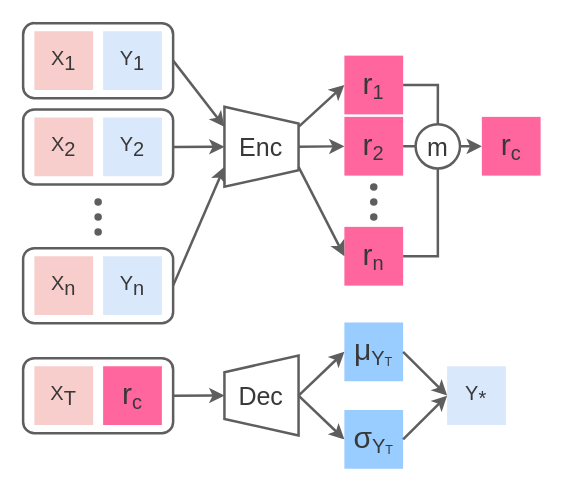
Above: page "__CNPs" (3 of 9) of neural_process/nps.drawio in toonnyy8/PPT (draw.io), before the change. Source tidied: cells renumbered, new cells numbered last; positions are measured from the earlier drawing's top-left corner, leaving out a move shared by most shapes. Both pictures are drawn from the tidied source at 125%, with x=0, y=0 at pixel (22, 22).
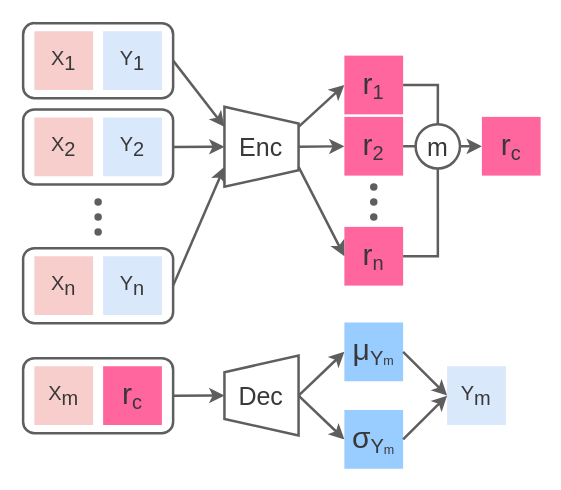
After the change.

Unchanged cells that the change refers to:
```xml
<mxCell id="2" style="group;" parent="1" vertex="1">
  <mxGeometry width="414" height="356.5" as="geometry" />
</mxCell>
<mxCell id="27" style="group;" parent="2" vertex="1">
  <mxGeometry x="257" y="239.5" width="47" height="117" as="geometry" />
</mxCell>
<mxCell id="40" style="group;fillColor=none;" parent="2" vertex="1">
  <mxGeometry x="9" y="274.5" width="102" height="47" as="geometry" />
</mxCell>
```

Diff of the diagram source:
```diff
@@
-    <mxCell id="28" value="&lt;span style=&quot;font-family: sans-serif;&quot;&gt;&lt;font style=&quot;font-size: 24px&quot;&gt;μ&lt;/font&gt;&lt;/span&gt;&lt;sub style=&quot;font-size: 16px&quot;&gt;Y&lt;/sub&gt;&lt;sub&gt;&lt;font style=&quot;font-size: 10px&quot;&gt;T&lt;/font&gt;&lt;/sub&gt;" style="whiteSpace=wrap;html=1;strokeColor=none;strokeWidth=2;fillColor=#99CCFF;fontSize=16;fontColor=#383838;" parent="27" vertex="1">
+    <mxCell id="28" value="&lt;span style=&quot;font-family: sans-serif&quot;&gt;&lt;font style=&quot;font-size: 24px&quot;&gt;μ&lt;/font&gt;&lt;/span&gt;&lt;sub style=&quot;font-size: 16px&quot;&gt;Y&lt;/sub&gt;&lt;sub style=&quot;font-size: 10px&quot;&gt;m&lt;/sub&gt;" style="whiteSpace=wrap;html=1;strokeColor=none;strokeWidth=2;fillColor=#99CCFF;fontSize=16;fontColor=#383838;" parent="27" vertex="1">
       <mxGeometry width="47" height="47" as="geometry" />
     </mxCell>
-    <mxCell id="29" value="&lt;span style=&quot;font-family: &amp;quot;arial&amp;quot; , sans-serif ; text-align: left&quot;&gt;&lt;font style=&quot;font-size: 24px&quot;&gt;σ&lt;/font&gt;&lt;/span&gt;&lt;sub style=&quot;font-size: 16px&quot;&gt;Y&lt;/sub&gt;&lt;sub&gt;&lt;font style=&quot;font-size: 10px&quot;&gt;T&lt;/font&gt;&lt;/sub&gt;" style="whiteSpace=wrap;html=1;strokeColor=none;strokeWidth=2;fillColor=#99CCFF;fontSize=16;fontColor=#383838;" parent="27" vertex="1">
+    <mxCell id="29" value="&lt;span style=&quot;font-family: &amp;#34;arial&amp;#34; , sans-serif ; text-align: left&quot;&gt;&lt;font style=&quot;font-size: 24px&quot;&gt;σ&lt;/font&gt;&lt;/span&gt;&lt;sub style=&quot;font-size: 16px&quot;&gt;Y&lt;/sub&gt;&lt;sub&gt;&lt;font style=&quot;font-size: 10px&quot;&gt;m&lt;/font&gt;&lt;/sub&gt;" style="whiteSpace=wrap;html=1;strokeColor=none;strokeWidth=2;fillColor=#99CCFF;fontSize=16;fontColor=#383838;" parent="27" vertex="1">
       <mxGeometry y="70" width="47" height="47" as="geometry" />
     </mxCell>
@@
-    <mxCell id="32" value="Y&lt;sub style=&quot;font-size: 16px&quot;&gt;*&lt;/sub&gt;" style="whiteSpace=wrap;html=1;strokeColor=none;strokeWidth=2;fillColor=#dae8fc;fontSize=16;fontColor=#383838;" parent="2" vertex="1">
+    <mxCell id="32" value="Y&lt;sub style=&quot;font-size: 16px&quot;&gt;m&lt;/sub&gt;" style="whiteSpace=wrap;html=1;strokeColor=none;strokeWidth=2;fillColor=#dae8fc;fontSize=16;fontColor=#383838;" parent="2" vertex="1">
       <mxGeometry x="339.2" y="274.5" width="47" height="47" as="geometry" />
     </mxCell>
@@
-    <mxCell id="41" value="X&lt;sub style=&quot;font-size: 16px&quot;&gt;T&lt;/sub&gt;" style="whiteSpace=wrap;html=1;strokeColor=none;strokeWidth=2;fillColor=#f8cecc;fontSize=16;fontColor=#383838;" parent="40" vertex="1">
+    <mxCell id="41" value="X&lt;sub style=&quot;font-size: 16px&quot;&gt;m&lt;/sub&gt;" style="whiteSpace=wrap;html=1;strokeColor=none;strokeWidth=2;fillColor=#f8cecc;fontSize=16;fontColor=#383838;" parent="40" vertex="1">
       <mxGeometry width="47" height="47" as="geometry" />
     </mxCell>
```
